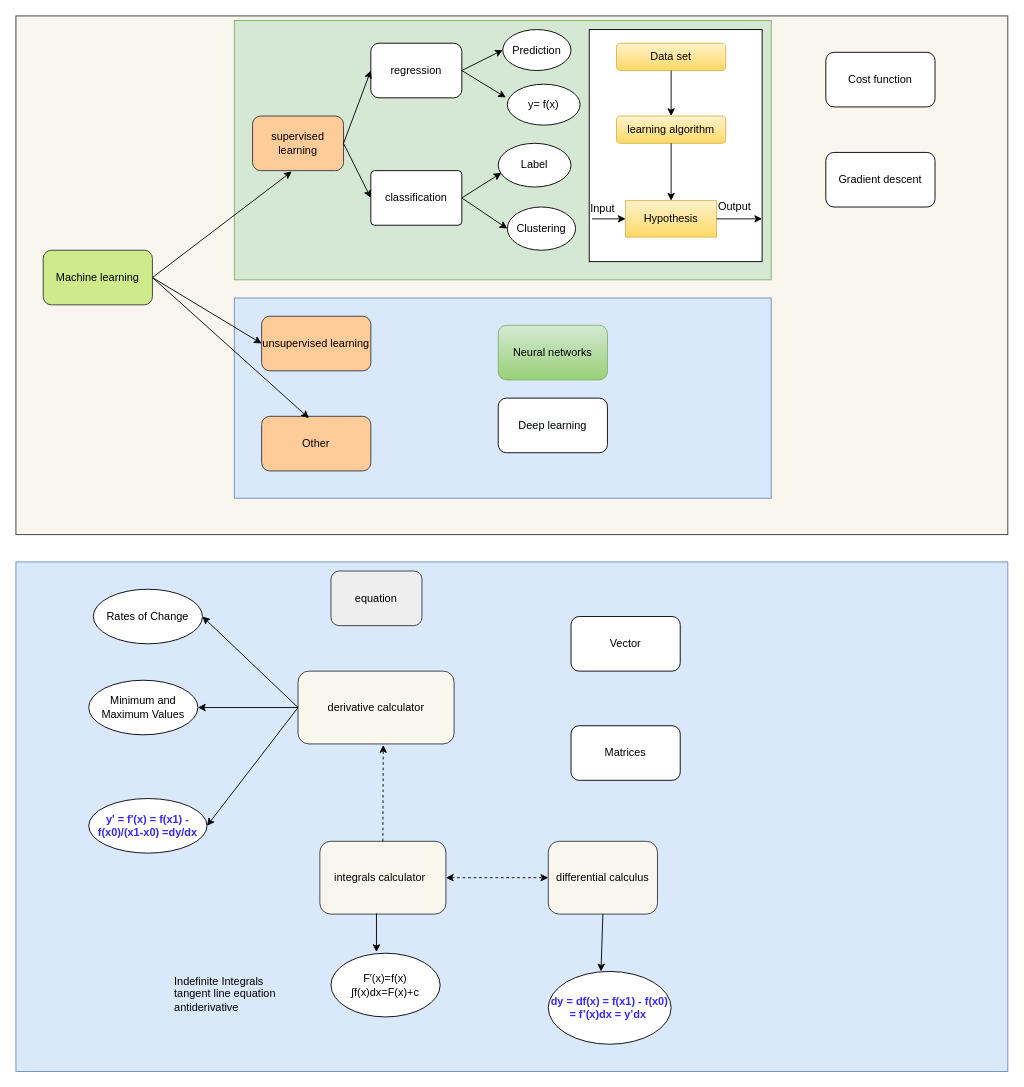
The draw.io diagram page "Page-1" (1 of 2) of doc/machine_learning.drawio in letrthong/machine_learning, before the edit. Source tidied: cells renumbered, new cells numbered last; positions are measured from the earlier drawing's top-left corner, leaving out a move shared by most shapes. Both pictures are drawn from the tidied source at 91%, with x=0, y=0 at pixel (15, 15).
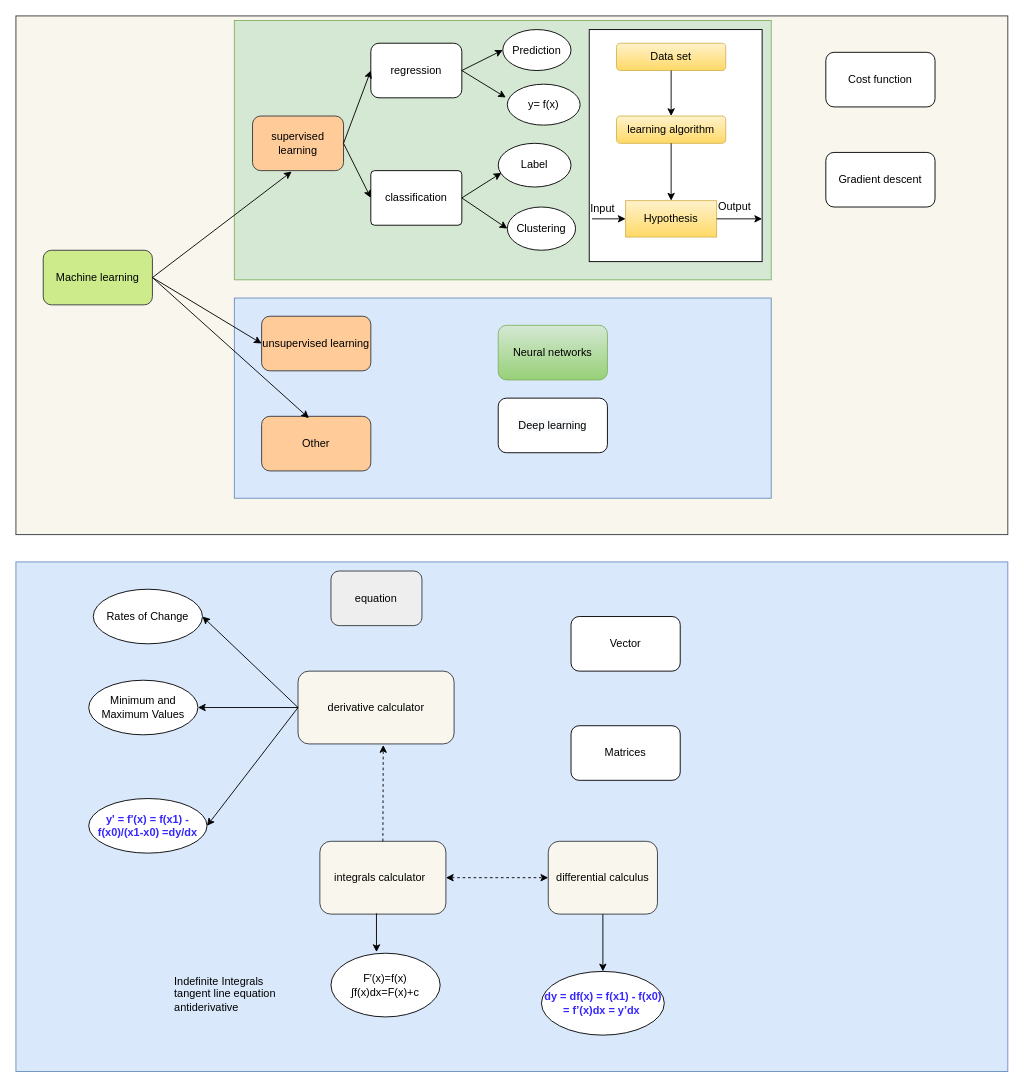
Above is the later version.

Unchanged cells that the change refers to:
```xml
<mxCell id="40" value="differential calculus" style="rounded=1;whiteSpace=wrap;html=1;fillColor=#f9f7ed;strokeColor=#36393d;" parent="1" vertex="1">
  <mxGeometry x="585" y="907" width="120" height="80" as="geometry" />
</mxCell>
```

Change to the diagram source:
```diff
@@
     <mxCell id="52" value="&lt;b&gt;&lt;font color=&quot;#3526ff&quot;&gt;dy = df(x) = f(x1) - f(x0) = f’(x)dx = y’dx&amp;nbsp;&lt;/font&gt;&lt;/b&gt;" style="ellipse;whiteSpace=wrap;html=1;" parent="1" vertex="1">
-      <mxGeometry x="585" y="1050" width="135" height="80" as="geometry" />
+      <mxGeometry x="577.5" y="1050" width="135" height="70" as="geometry" />
     </mxCell>
@@
-    <mxCell id="54" style="endArrow=classic;html=1;exitX=0.5;exitY=1;exitDx=0;exitDy=0;entryX=0.429;entryY=0;entryDx=0;entryDy=0;entryPerimeter=0;" parent="1" edge="1" source="40" target="52">
+    <mxCell id="54" style="endArrow=classic;html=1;exitX=0.5;exitY=1;exitDx=0;exitDy=0;entryX=0.5;entryY=0;entryDx=0;entryDy=0;" parent="1" edge="1" source="40" target="52">
       <mxGeometry relative="1" as="geometry" />
     </mxCell>
```
